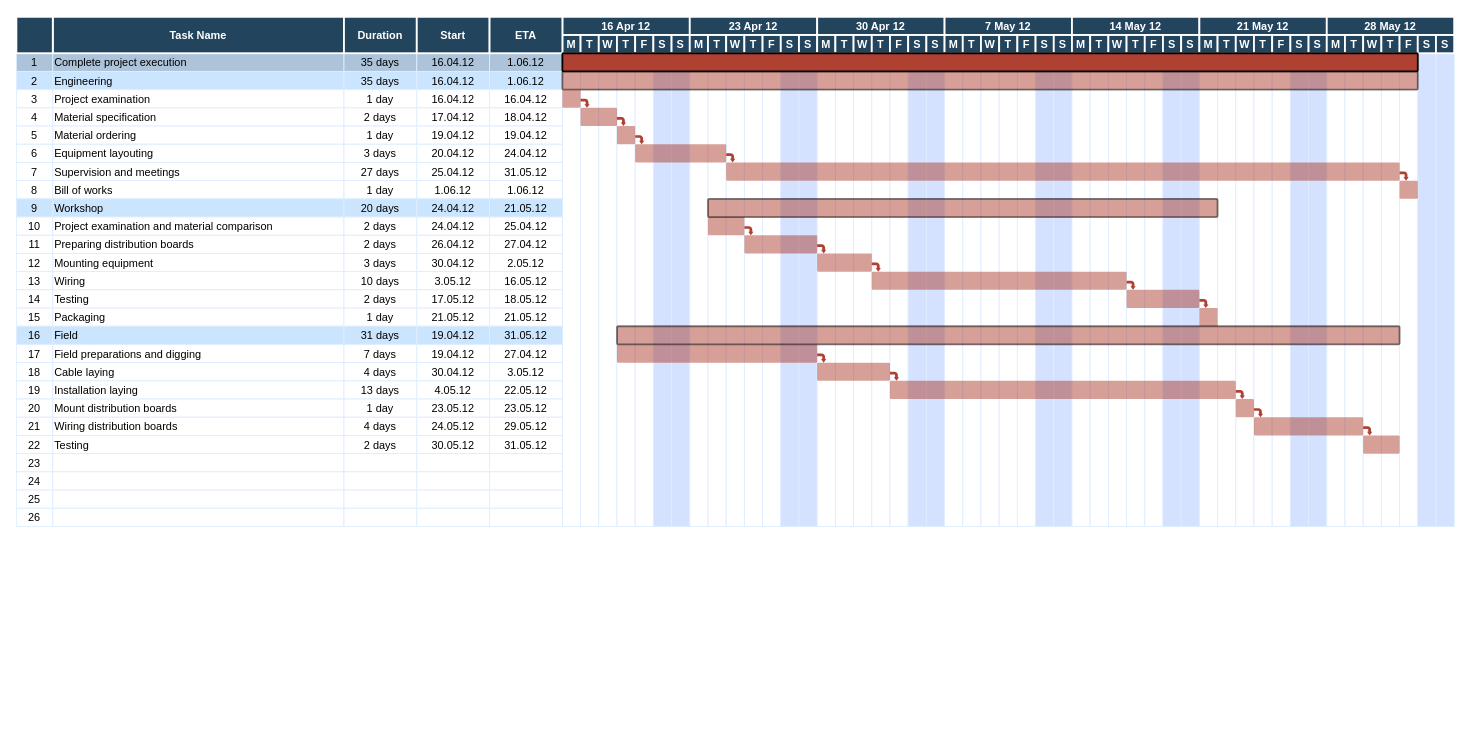
The draw.io diagram Diagram bez názvu.drawio in MichalHasekRB/my-Diagrams, before the edit. Source tidied: cells renumbered, new cells numbered last; positions are measured from the earlier drawing's top-left corner, leaving out a move shared by most shapes. Both pictures are drawn from the tidied source at 91%, with x=0, y=0 at pixel (15, 16).
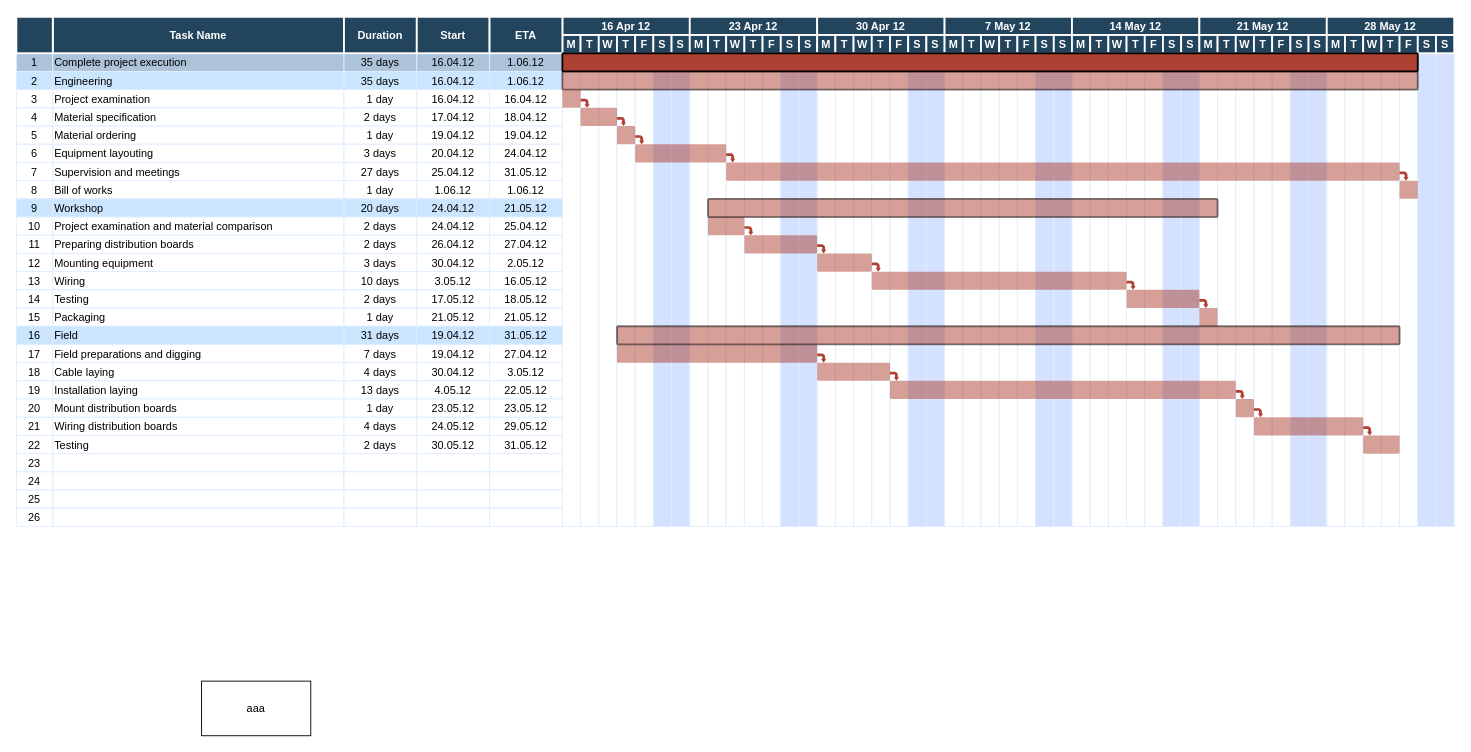
Above is the later version.

The edit, as a diff of the source:
```diff
@@
+    <mxCell id="279" value="aaa" style="rounded=0;whiteSpace=wrap;html=1;" parent="1" vertex="1">
+      <mxGeometry x="204" y="730" width="120" height="60" as="geometry" />
+    </mxCell>
```
